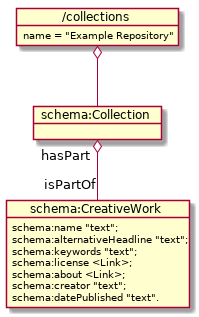
This is collection/example_1-pets/docs/generic_diagram.png from ldragoon/fin-example-repository, a PlantUML export, as it was before one commit.
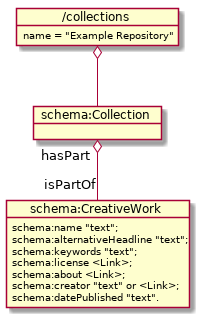
After the change.

The edit, as a diff of the source:
```diff
@@ -9,7 +9,7 @@
 schema:keywords "text";
 schema:license <Link>;
 schema:about <Link>;
-schema:creator "text";
+schema:creator "text" or <Link>;
 schema:datePublished "text".
  }
 
```
